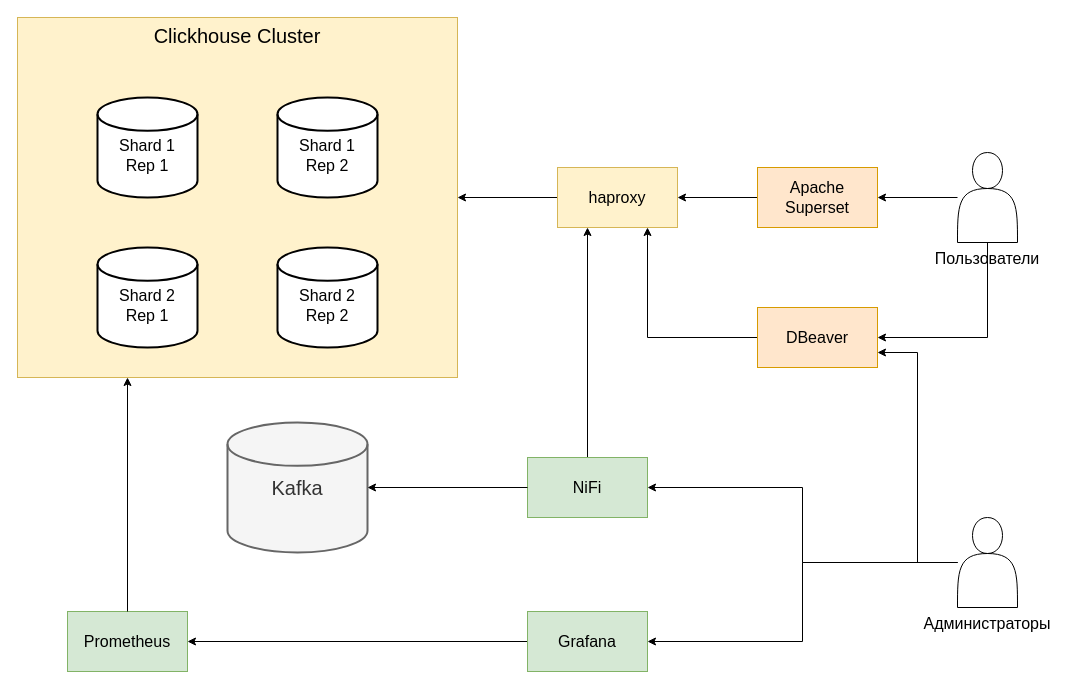
ddmitry80/otus-clickhouse-project keeps this draw.io diagram as hld_diagram.drawio. Above is the earlier version. Source tidied: cells renumbered, new cells numbered last; positions are measured from the earlier drawing's top-left corner, leaving out a move shared by most shapes. Both pictures are drawn from the tidied source at 100%, with x=0, y=0 at pixel (17, 17).
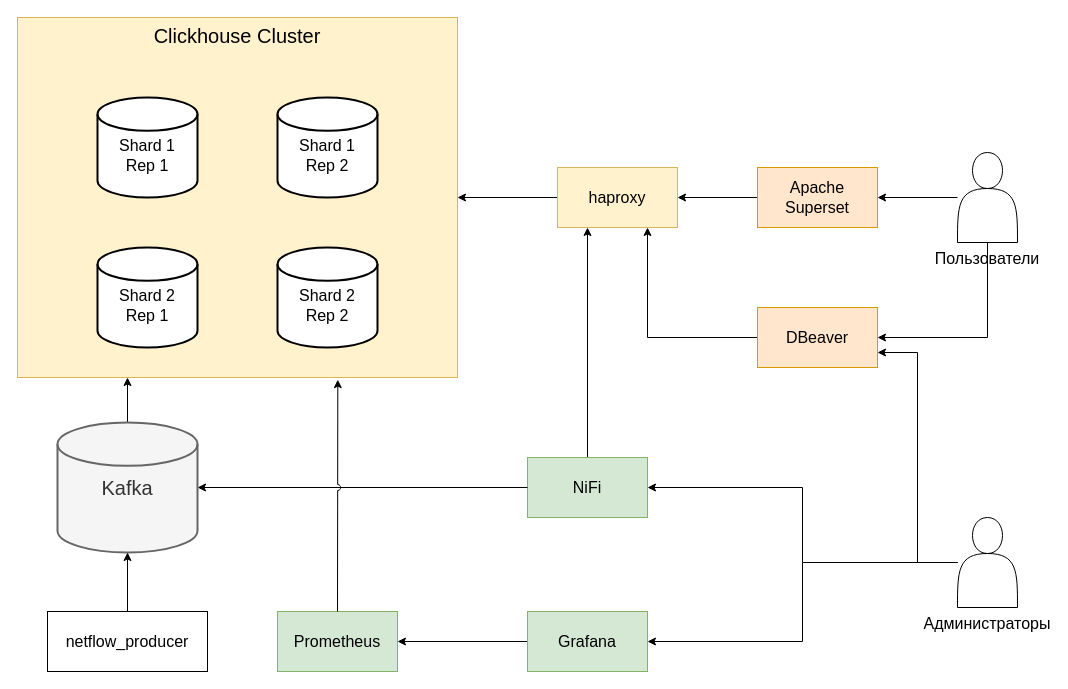
The same diagram, later.

Commit message:
Добавлен netflow_producer в диаграмму

The change refers to these unchanged cells:
```xml
<mxCell id="3" value="Clickhouse Cluster" style="rounded=0;whiteSpace=wrap;html=1;fontSize=20;verticalAlign=top;fillColor=#fff2cc;strokeColor=#d6b656;" parent="2" vertex="1">
  <mxGeometry width="440" height="360" as="geometry" />
</mxCell>
```

The edit, as a diff of the source:
```diff
@@
     <mxCell id="14" value="Prometheus" style="rounded=0;whiteSpace=wrap;html=1;fontSize=16;fillColor=#d5e8d4;strokeColor=#82b366;" parent="1" vertex="1">
-      <mxGeometry x="50" y="594" width="120" height="60" as="geometry" />
+      <mxGeometry x="260" y="594" width="120" height="60" as="geometry" />
     </mxCell>
@@
-    <mxCell id="17" style="edgeStyle=orthogonalEdgeStyle;rounded=0;jettySize=auto;html=1;entryX=0.25;entryY=1;entryDx=0;entryDy=0;" parent="1" edge="1" source="14" target="3">
+    <mxCell id="17" style="edgeStyle=orthogonalEdgeStyle;rounded=0;jettySize=auto;html=1;entryX=0.25;entryY=1;entryDx=0;entryDy=0;" parent="1" edge="1" source="23" target="3">
       <mxGeometry relative="1" as="geometry" />
     </mxCell>
@@
-    <mxCell id="23" value="Kafka" style="strokeWidth=2;html=1;shape=mxgraph.flowchart.database;whiteSpace=wrap;fontSize=20;fillColor=#f5f5f5;fontColor=#333333;strokeColor=#666666;" parent="1" vertex="1">
-      <mxGeometry x="210" y="405" width="140" height="130" as="geometry" />
-    </mxCell>
@@
+    <mxCell id="29" style="edgeStyle=orthogonalEdgeStyle;rounded=0;jettySize=auto;html=1;entryX=0.728;entryY=1.006;entryDx=0;entryDy=0;entryPerimeter=0;jumpStyle=arc;" parent="1" edge="1" source="14" target="3">
+      <mxGeometry relative="1" as="geometry" />
+    </mxCell>
+    <mxCell id="23" value="Kafka" style="strokeWidth=2;html=1;shape=mxgraph.flowchart.database;whiteSpace=wrap;fontSize=20;fillColor=#f5f5f5;fontColor=#333333;strokeColor=#666666;" parent="1" vertex="1">
+      <mxGeometry x="40" y="405" width="140" height="130" as="geometry" />
+    </mxCell>
+    <mxCell id="30" style="edgeStyle=orthogonalEdgeStyle;rounded=0;jettySize=auto;html=1;" parent="1" edge="1" source="31" target="23">
+      <mxGeometry relative="1" as="geometry" />
+    </mxCell>
+    <mxCell id="31" value="netflow_producer" style="rounded=0;whiteSpace=wrap;html=1;fontSize=16;" parent="1" vertex="1">
+      <mxGeometry x="30" y="594" width="160" height="60" as="geometry" />
+    </mxCell>
```
